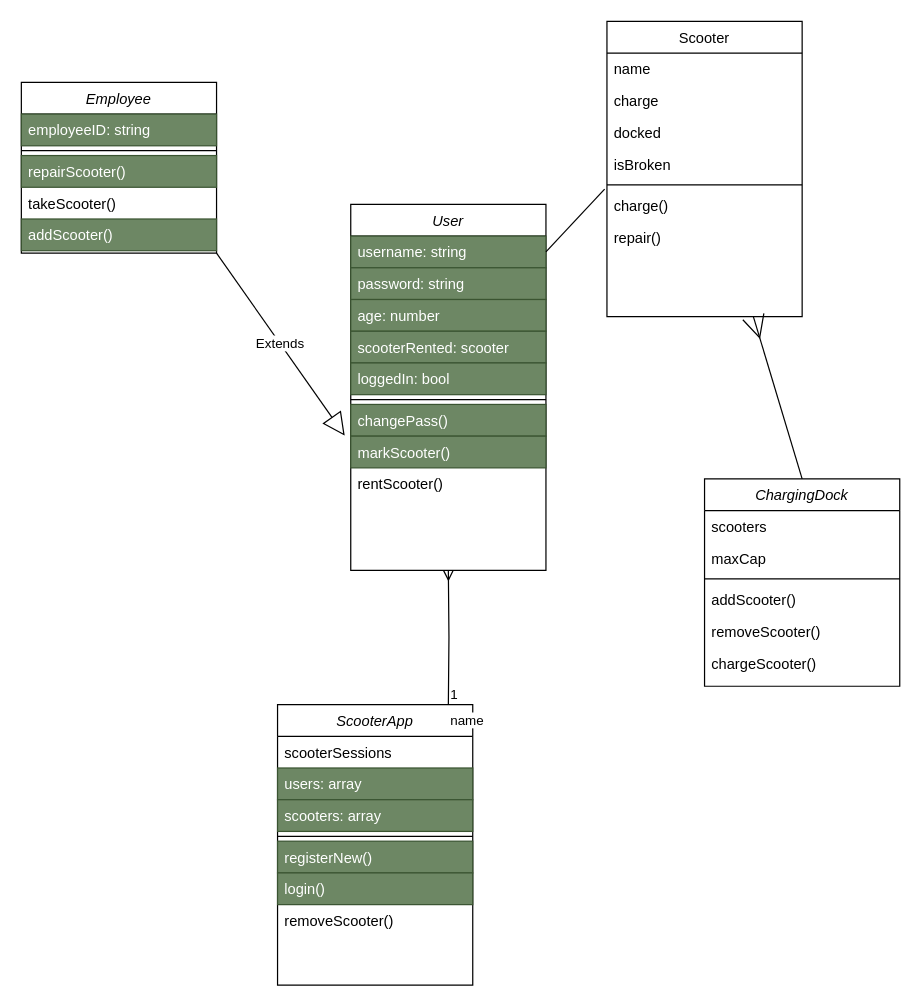
The draw.io diagram Scooter.drawio in multiverse-SWE-spliced-bread/scooter-project-matte-134, before the edit. Source tidied: cells renumbered, new cells numbered last; positions are measured from the earlier drawing's top-left corner, leaving out a move shared by most shapes. Both pictures are drawn from the tidied source at 122%, with x=0, y=0 at pixel (21, 21).
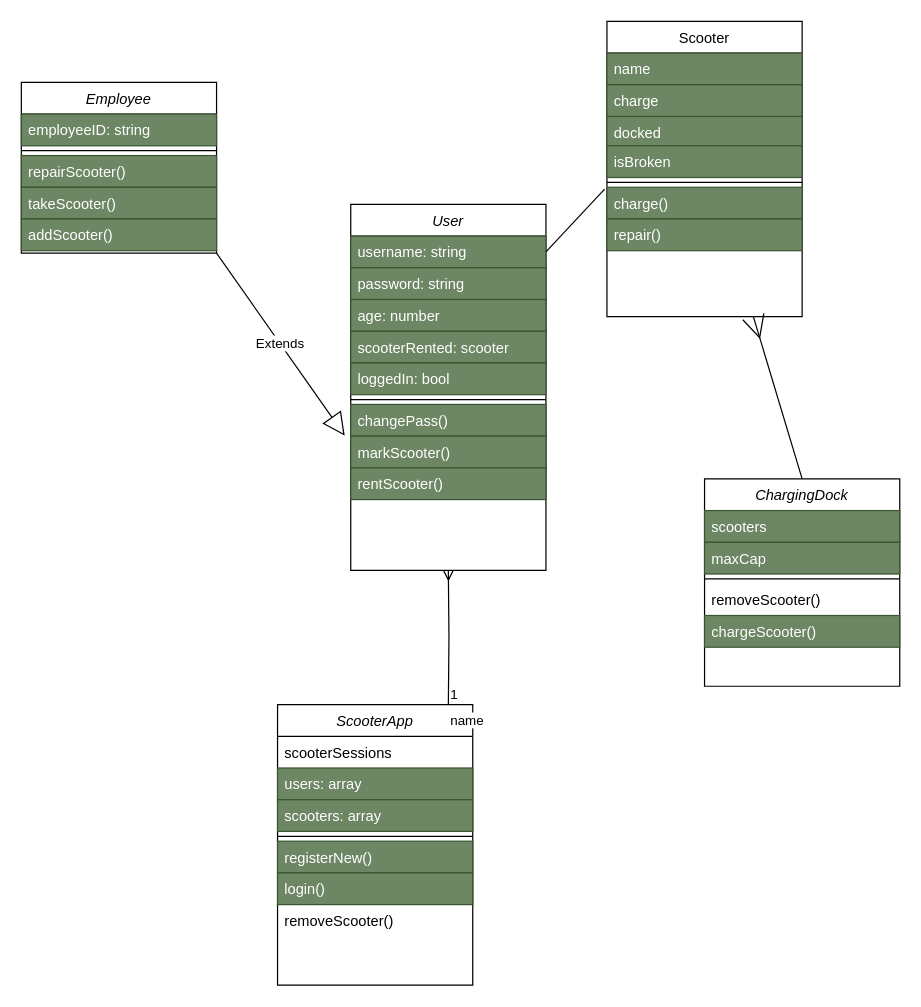
After the change.

The change refers to these unchanged cells:
```xml
<mxCell id="2" value="User" style="swimlane;fontStyle=2;align=center;verticalAlign=top;horizontal=1;startSize=26;rounded=0;shadow=0;strokeWidth=1;" parent="1" vertex="1">
  <mxGeometry x="270" y="150" width="160" height="300" as="geometry" />
</mxCell>
<mxCell id="12" value="Scooter" style="swimlane;fontStyle=0;align=center;verticalAlign=top;horizontal=1;startSize=26;rounded=0;shadow=0;strokeWidth=1;" parent="1" vertex="1">
  <mxGeometry x="480" width="160" height="242" as="geometry" />
</mxCell>
<mxCell id="28" value="ChargingDock" style="swimlane;fontStyle=2;align=center;verticalAlign=top;horizontal=1;startSize=26;rounded=0;shadow=0;strokeWidth=1;" parent="1" vertex="1">
  <mxGeometry x="560" y="375" width="160" height="170" as="geometry" />
</mxCell>
<mxCell id="39" value="Employee" style="swimlane;fontStyle=2;align=center;verticalAlign=top;horizontal=1;startSize=26;rounded=0;shadow=0;strokeWidth=1;" parent="1" vertex="1">
  <mxGeometry y="50" width="160" height="140" as="geometry" />
</mxCell>
```

Diff of the diagram source:
```diff
@@
-    <mxCell id="11" value="rentScooter()" style="text;align=left;verticalAlign=top;spacingLeft=4;spacingRight=4;overflow=hidden;rounded=0;shadow=0;html=0;" parent="2" vertex="1">
+    <mxCell id="11" value="rentScooter()" style="text;align=left;verticalAlign=top;spacingLeft=4;spacingRight=4;overflow=hidden;rounded=0;shadow=0;html=0;fillColor=#6d8764;fontColor=#ffffff;strokeColor=#3A5431;" parent="2" vertex="1">
       <mxGeometry y="216" width="160" height="26" as="geometry" />
     </mxCell>
@@
-    <mxCell id="13" value="name" style="text;align=left;verticalAlign=top;spacingLeft=4;spacingRight=4;overflow=hidden;rounded=0;shadow=0;html=0;" parent="12" vertex="1">
+    <mxCell id="13" value="name" style="text;align=left;verticalAlign=top;spacingLeft=4;spacingRight=4;overflow=hidden;rounded=0;shadow=0;html=0;fillColor=#6d8764;fontColor=#ffffff;strokeColor=#3A5431;" parent="12" vertex="1">
       <mxGeometry y="26" width="160" height="26" as="geometry" />
     </mxCell>
-    <mxCell id="14" value="charge" style="text;align=left;verticalAlign=top;spacingLeft=4;spacingRight=4;overflow=hidden;rounded=0;shadow=0;html=0;" parent="12" vertex="1">
+    <mxCell id="14" value="charge" style="text;align=left;verticalAlign=top;spacingLeft=4;spacingRight=4;overflow=hidden;rounded=0;shadow=0;html=0;fillColor=#6d8764;fontColor=#ffffff;strokeColor=#3A5431;" parent="12" vertex="1">
       <mxGeometry y="52" width="160" height="26" as="geometry" />
     </mxCell>
-    <mxCell id="15" value="docked" style="text;align=left;verticalAlign=top;spacingLeft=4;spacingRight=4;overflow=hidden;rounded=0;shadow=0;html=0;" parent="12" vertex="1">
-      <mxGeometry y="78" width="160" height="26" as="geometry" />
+    <mxCell id="15" value="docked" style="text;align=left;verticalAlign=top;spacingLeft=4;spacingRight=4;overflow=hidden;rounded=0;shadow=0;html=0;fillColor=#6d8764;fontColor=#ffffff;strokeColor=#3A5431;" parent="12" vertex="1">
+      <mxGeometry y="78" width="160" height="24" as="geometry" />
     </mxCell>
-    <mxCell id="16" value="isBroken" style="text;align=left;verticalAlign=top;spacingLeft=4;spacingRight=4;overflow=hidden;rounded=0;shadow=0;html=0;" parent="12" vertex="1">
-      <mxGeometry y="104" width="160" height="26" as="geometry" />
+    <mxCell id="16" value="isBroken" style="text;align=left;verticalAlign=top;spacingLeft=4;spacingRight=4;overflow=hidden;rounded=0;shadow=0;html=0;fillColor=#6d8764;fontColor=#ffffff;strokeColor=#3A5431;" parent="12" vertex="1">
+      <mxGeometry y="102" width="160" height="26" as="geometry" />
     </mxCell>
     <mxCell id="17" style="line;html=1;strokeWidth=1;align=left;verticalAlign=middle;spacingTop=-1;spacingLeft=3;spacingRight=3;labelPosition=right;" parent="12" vertex="1">
-      <mxGeometry y="130" width="160" height="8" as="geometry" />
+      <mxGeometry y="128" width="160" height="8" as="geometry" />
     </mxCell>
-    <mxCell id="18" value="charge()" style="text;align=left;verticalAlign=top;spacingLeft=4;spacingRight=4;overflow=hidden;" parent="12" vertex="1">
-      <mxGeometry y="138" width="160" height="26" as="geometry" />
+    <mxCell id="18" value="charge()" style="text;align=left;verticalAlign=top;spacingLeft=4;spacingRight=4;overflow=hidden;fillColor=#6d8764;fontColor=#ffffff;strokeColor=#3A5431;" parent="12" vertex="1">
+      <mxGeometry y="136" width="160" height="26" as="geometry" />
     </mxCell>
-    <mxCell id="19" value="repair()" style="text;align=left;verticalAlign=top;spacingLeft=4;spacingRight=4;overflow=hidden;" parent="12" vertex="1">
-      <mxGeometry y="164" width="160" height="26" as="geometry" />
+    <mxCell id="19" value="repair()" style="text;align=left;verticalAlign=top;spacingLeft=4;spacingRight=4;overflow=hidden;fillColor=#6d8764;fontColor=#ffffff;strokeColor=#3A5431;" parent="12" vertex="1">
+      <mxGeometry y="162" width="160" height="26" as="geometry" />
     </mxCell>
@@
-    <mxCell id="29" value="scooters" style="text;align=left;verticalAlign=top;spacingLeft=4;spacingRight=4;overflow=hidden;" parent="28" vertex="1">
+    <mxCell id="29" value="scooters" style="text;align=left;verticalAlign=top;spacingLeft=4;spacingRight=4;overflow=hidden;fillColor=#6d8764;fontColor=#ffffff;strokeColor=#3A5431;" parent="28" vertex="1">
       <mxGeometry y="26" width="160" height="26" as="geometry" />
     </mxCell>
-    <mxCell id="30" value="maxCap" style="text;align=left;verticalAlign=top;spacingLeft=4;spacingRight=4;overflow=hidden;" parent="28" vertex="1">
+    <mxCell id="30" value="maxCap" style="text;align=left;verticalAlign=top;spacingLeft=4;spacingRight=4;overflow=hidden;fillColor=#6d8764;fontColor=#ffffff;strokeColor=#3A5431;" parent="28" vertex="1">
       <mxGeometry y="52" width="160" height="26" as="geometry" />
     </mxCell>
@@
-    <mxCell id="32" value="addScooter()" style="text;align=left;verticalAlign=top;spacingLeft=4;spacingRight=4;overflow=hidden;" parent="28" vertex="1">
-      <mxGeometry y="86" width="160" height="26" as="geometry" />
-    </mxCell>
     <mxCell id="33" value="removeScooter()" style="text;align=left;verticalAlign=top;spacingLeft=4;spacingRight=4;overflow=hidden;" parent="28" vertex="1">
-      <mxGeometry y="112" width="160" height="26" as="geometry" />
+      <mxGeometry y="86" width="160" height="26" as="geometry" />
     </mxCell>
-    <mxCell id="34" value="chargeScooter()" style="text;align=left;verticalAlign=top;spacingLeft=4;spacingRight=4;overflow=hidden;" parent="28" vertex="1">
-      <mxGeometry y="138" width="160" height="26" as="geometry" />
+    <mxCell id="34" value="chargeScooter()" style="text;align=left;verticalAlign=top;spacingLeft=4;spacingRight=4;overflow=hidden;fillColor=#6d8764;fontColor=#ffffff;strokeColor=#3A5431;" parent="28" vertex="1">
+      <mxGeometry y="112" width="160" height="26" as="geometry" />
     </mxCell>
@@
-    <mxCell id="43" value="takeScooter()" style="text;align=left;verticalAlign=top;spacingLeft=4;spacingRight=4;overflow=hidden;" parent="39" vertex="1">
+    <mxCell id="43" value="takeScooter()" style="text;align=left;verticalAlign=top;spacingLeft=4;spacingRight=4;overflow=hidden;fillColor=#6d8764;fontColor=#ffffff;strokeColor=#3A5431;" parent="39" vertex="1">
       <mxGeometry y="86" width="160" height="26" as="geometry" />
     </mxCell>
```
